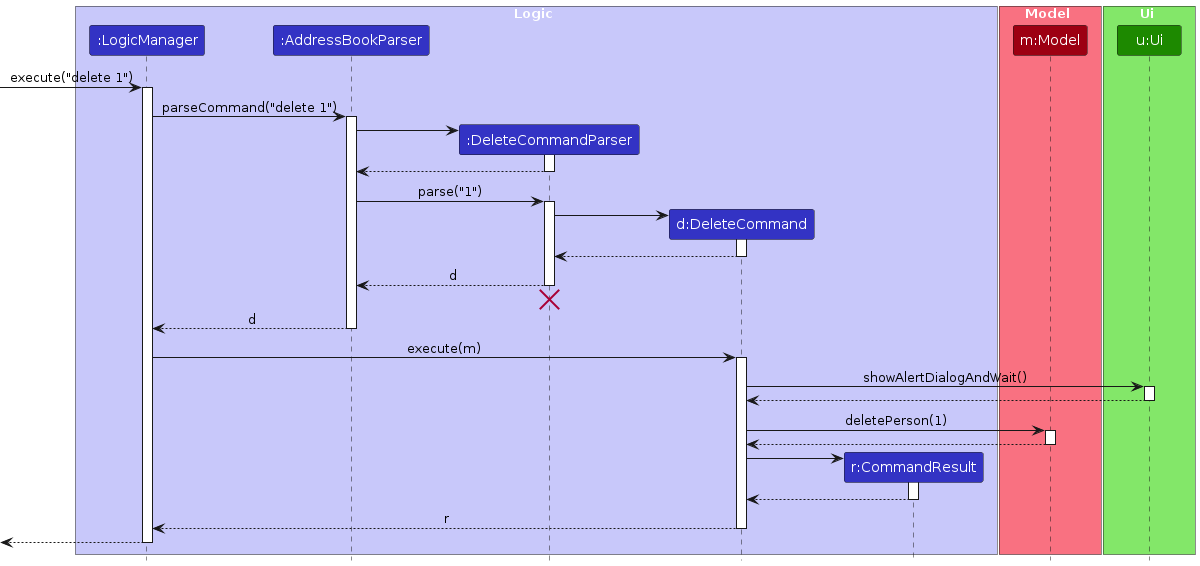
This is diagrams/DeleteSequenceDiagram.png from AY2425S1-CS2103T-T10-1/tp, a PlantUML export, as it was before one commit. Its source is kept beside it as diagrams/DeleteSequenceDiagram.puml. The source it was exported from:
```plantuml
@startuml
!include style.puml
skinparam ArrowFontStyle plain

box Logic LOGIC_COLOR_T1
participant ":LogicManager" as LogicManager LOGIC_COLOR
participant ":AddressBookParser" as AddressBookParser LOGIC_COLOR
participant ":DeleteCommandParser" as DeleteCommandParser LOGIC_COLOR
participant "d:DeleteCommand" as DeleteCommand LOGIC_COLOR
participant "r:CommandResult" as CommandResult LOGIC_COLOR
end box

box Model MODEL_COLOR_T1
participant "m:Model" as Model MODEL_COLOR
end box

box Ui UI_COLOR_T1
participant "u:Ui" as Ui UI_COLOR
end box

[-> LogicManager : execute("delete 1")
activate LogicManager

LogicManager -> AddressBookParser : parseCommand("delete 1")
activate AddressBookParser

create DeleteCommandParser
AddressBookParser -> DeleteCommandParser
activate DeleteCommandParser

DeleteCommandParser --> AddressBookParser
deactivate DeleteCommandParser

AddressBookParser -> DeleteCommandParser : parse("1")
activate DeleteCommandParser

create DeleteCommand
DeleteCommandParser -> DeleteCommand
activate DeleteCommand

DeleteCommand --> DeleteCommandParser :
deactivate DeleteCommand

DeleteCommandParser --> AddressBookParser : d
deactivate DeleteCommandParser
DeleteCommandParser -[hidden]-> AddressBookParser
destroy DeleteCommandParser

AddressBookParser --> LogicManager : d
deactivate AddressBookParser

LogicManager -> DeleteCommand : execute(m)
activate DeleteCommand

DeleteCommand -> Ui : showAlertDialogAndWait()
activate Ui

Ui --> DeleteCommand
deactivate Ui

DeleteCommand -> Model : deletePerson(1)
activate Model

Model --> DeleteCommand
deactivate Model

create CommandResult
DeleteCommand -> CommandResult
activate CommandResult

CommandResult --> DeleteCommand
deactivate CommandResult

DeleteCommand --> LogicManager : r
deactivate DeleteCommand

[<--LogicManager
deactivate LogicManager
@enduml
```
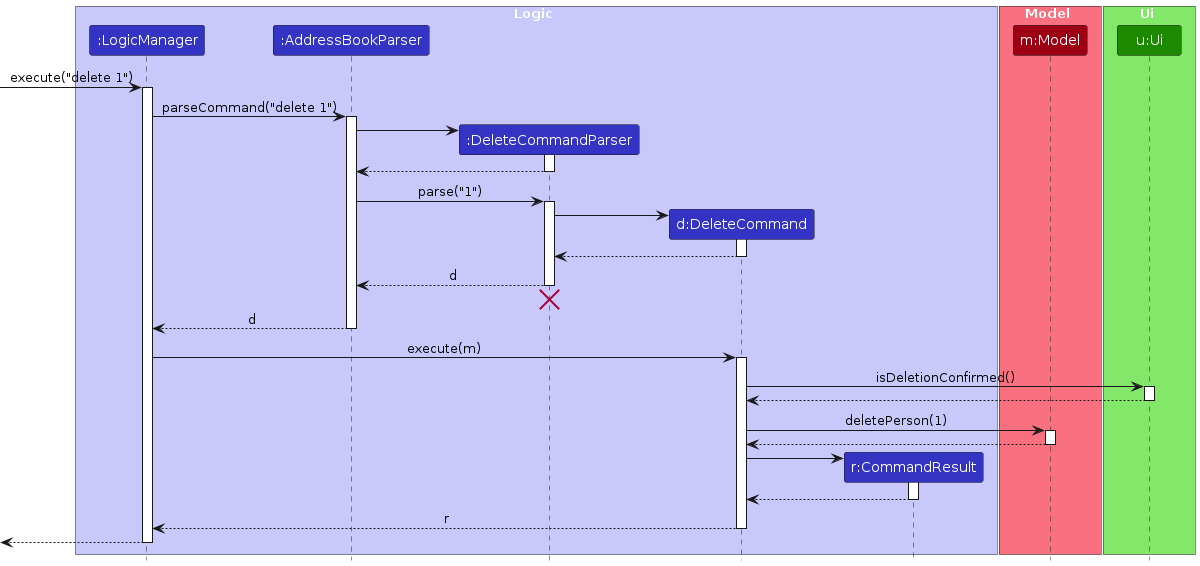
The same diagram one commit later.

The edit, as a diff of the source:
```diff
@@ -52,7 +52,7 @@
 LogicManager -> DeleteCommand : execute(m)
 activate DeleteCommand
 
-DeleteCommand -> Ui : showAlertDialogAndWait()
+DeleteCommand -> Ui : isDeletionConfirmed()
 activate Ui
 
 Ui --> DeleteCommand
```
